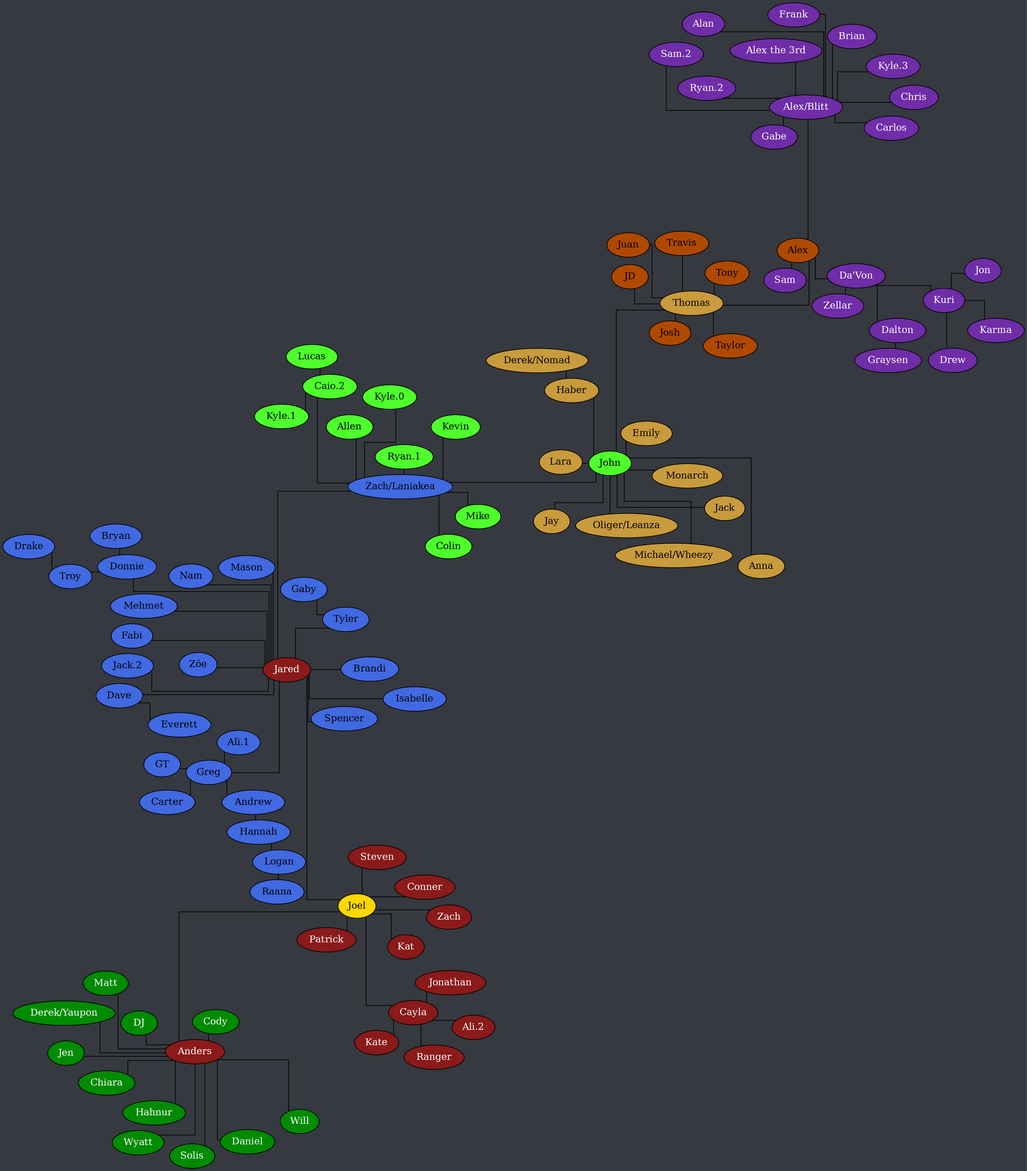
Documidas/CoronaCatzFamilyTree keeps this Graphviz diagram as tree.png. Above is the earlier version. Its source is kept beside it as tree.dot.
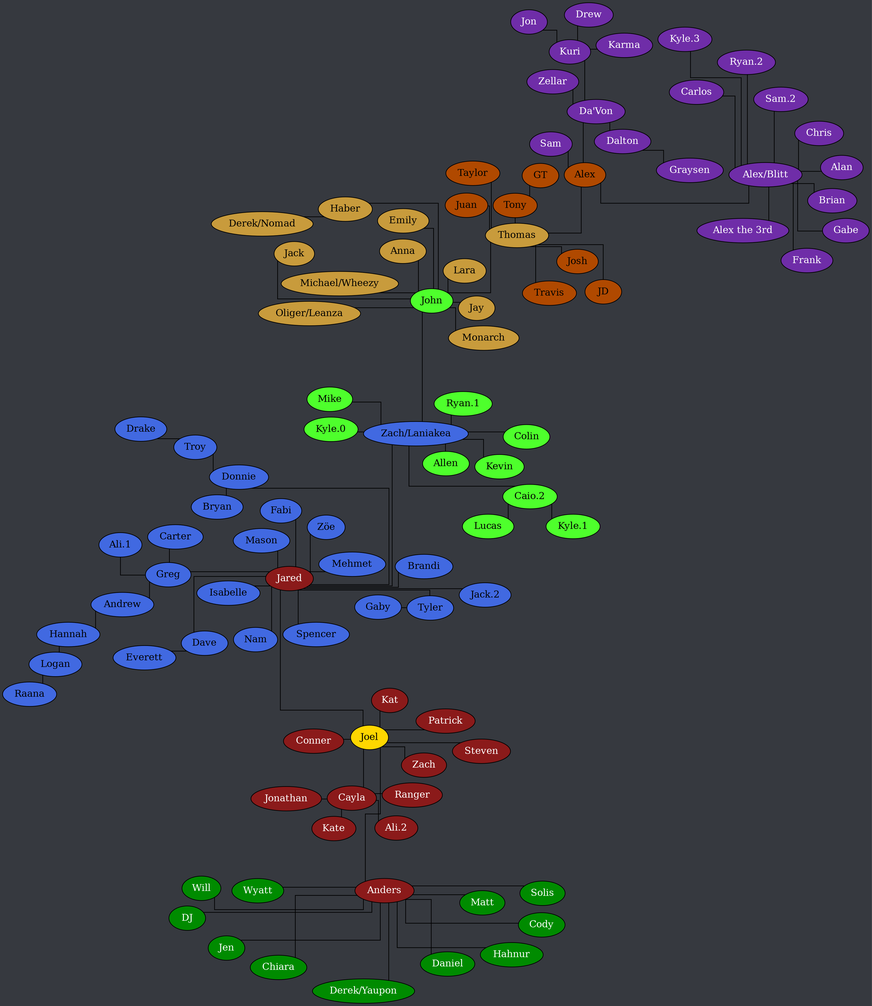
Above is the later version.

What changed in the source:
```diff
@@ -55,7 +55,6 @@
 		Greg -- "Ali.1";
 		Greg -- Andrew;
 		Greg -- Carter;
-		Greg -- GT;
 		Hannah -- Logan;
 		Jared -- Brandi;
 		Jared -- Dave;
@@ -122,6 +121,7 @@
 		Thomas -- Taylor;
 		Thomas -- Tony;
 		Thomas -- Travis;
+		Tony -- GT;
 	}
 
 	subgraph "Alex" {
```
